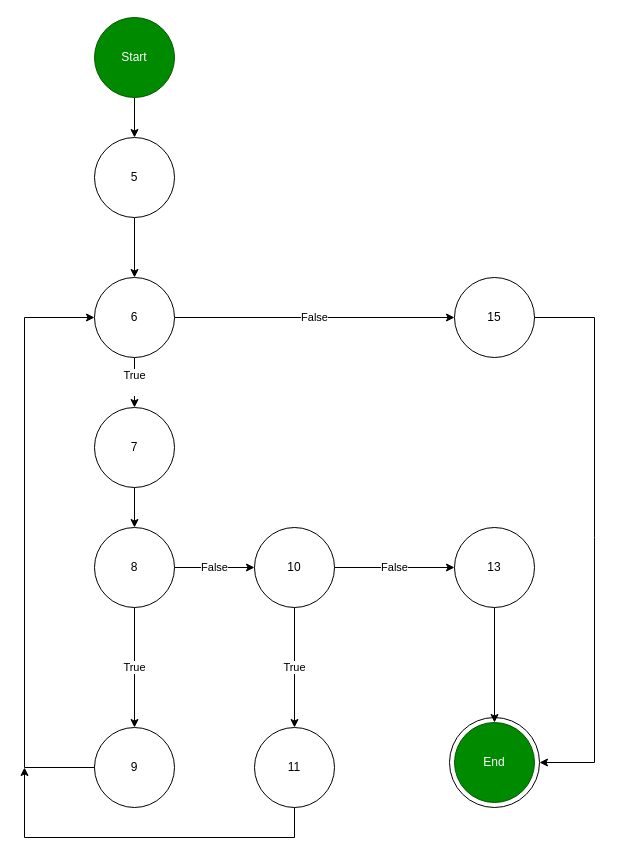
Above: KiemThuPhanMem/Picture/Bài 8/Bai-8.drawio in re1789/PhamHaiDangRN (draw.io), before the change. Source tidied: cells renumbered, new cells numbered last; positions are measured from the earlier drawing's top-left corner, leaving out a move shared by most shapes. Both pictures are drawn from the tidied source at 100%, with x=0, y=0 at pixel (24, 17).
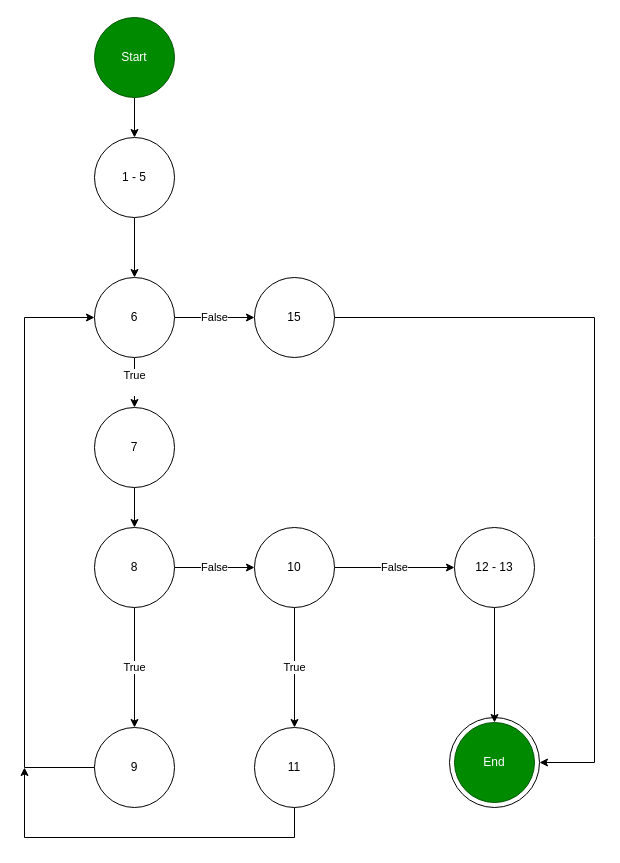
The same page after the edit.

The edit, as a diff of the source:
```diff
@@
-    <mxCell id="5" value="5" style="ellipse;whiteSpace=wrap;html=1;shapeInside=1;" parent="1" vertex="1">
+    <mxCell id="5" value="1 - 5" style="ellipse;whiteSpace=wrap;html=1;shapeInside=1;" parent="1" vertex="1">
       <mxGeometry x="70" y="120" width="80" height="80" as="geometry" />
     </mxCell>
@@
-    <mxCell id="24" value="13" style="ellipse;whiteSpace=wrap;html=1;shapeInside=1;" parent="1" vertex="1">
+    <mxCell id="24" value="12 - 13" style="ellipse;whiteSpace=wrap;html=1;shapeInside=1;" parent="1" vertex="1">
       <mxGeometry x="430" y="510" width="80" height="80" as="geometry" />
     </mxCell>
     <mxCell id="25" value="15" style="ellipse;whiteSpace=wrap;html=1;shapeInside=1;" parent="1" vertex="1">
-      <mxGeometry x="430" y="260" width="80" height="80" as="geometry" />
+      <mxGeometry x="230" y="260" width="80" height="80" as="geometry" />
     </mxCell>
```
